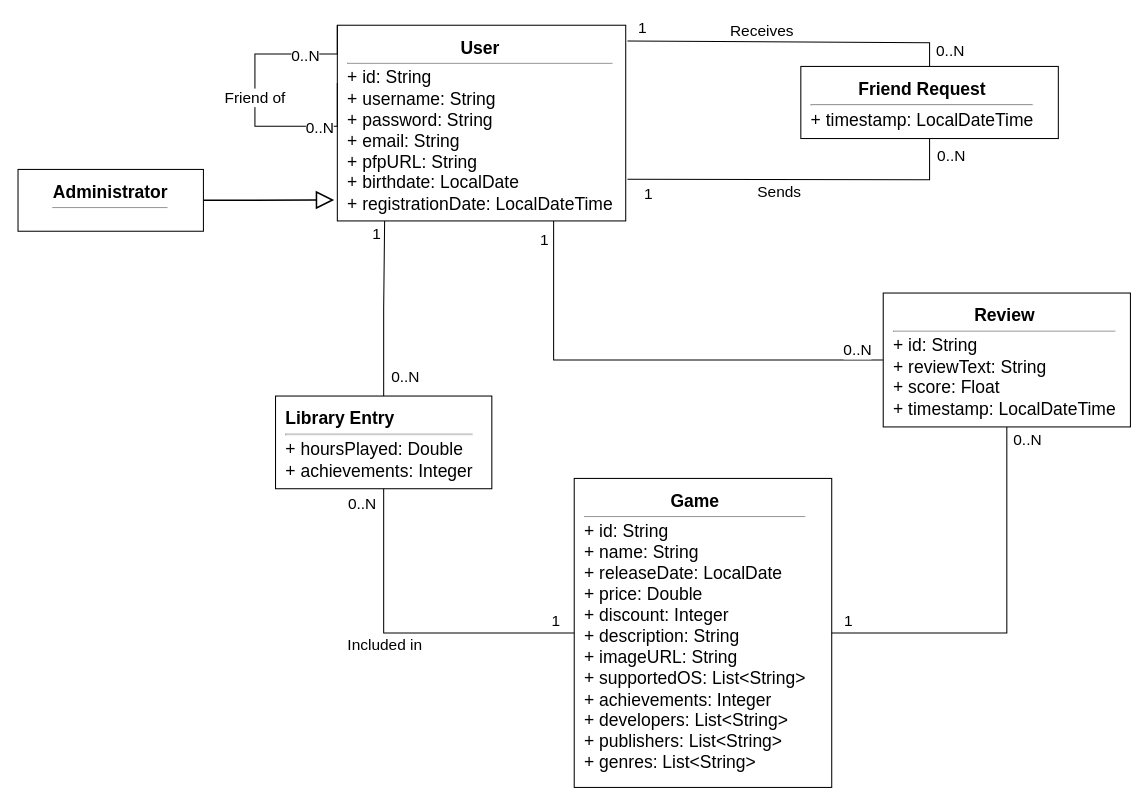
Above: mock/uml_class_diagram.drawio in SebastianoPala/PlayerHive (draw.io), before the change. Source tidied: cells renumbered, new cells numbered last; positions are measured from the earlier drawing's top-left corner, leaving out a move shared by most shapes. Both pictures are drawn from the tidied source at 103%, with x=0, y=0 at pixel (18, 25).
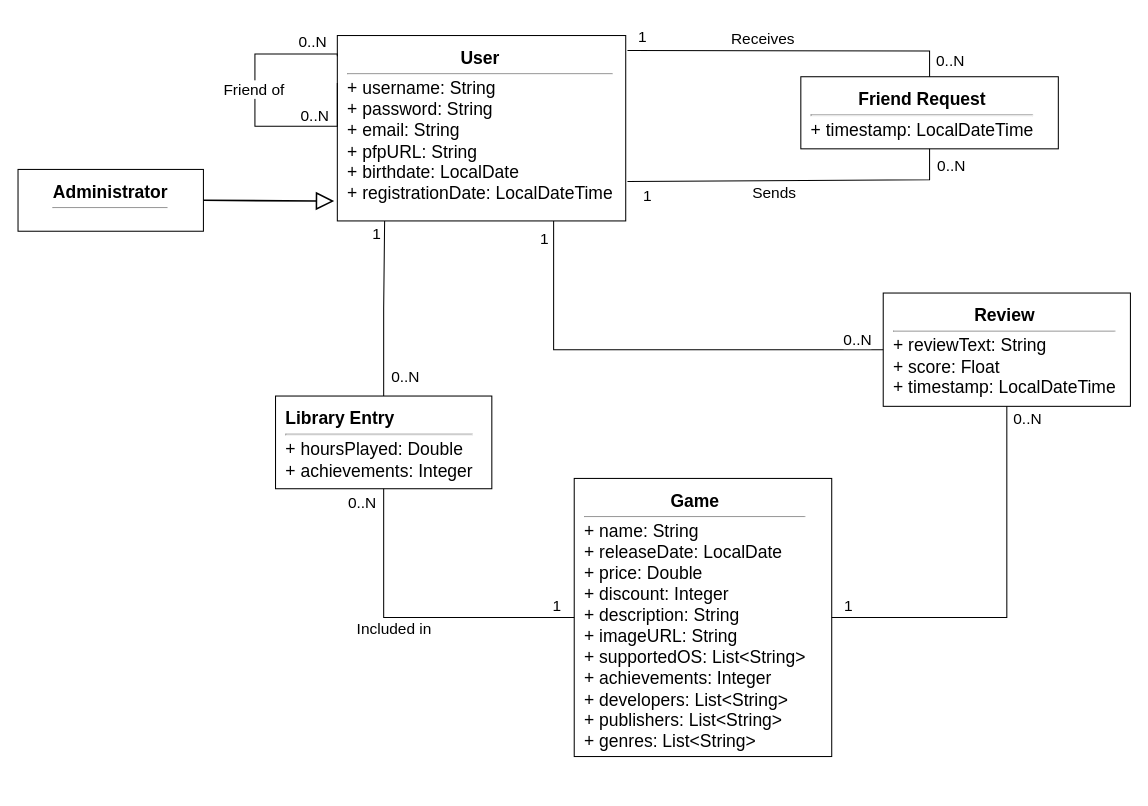
The same diagram, later.

What changed in the source:
```diff
@@
-    <mxCell id="5" value="&lt;p style=&quot;margin:0;text-align:center;&quot;&gt;&lt;b&gt;&lt;font style=&quot;font-size: 17px;&quot;&gt;User&lt;/font&gt;&lt;/b&gt;&lt;/p&gt;&lt;hr size=&quot;1&quot; style=&quot;margin:4px 0;&quot;&gt;&lt;p style=&quot;margin:0;&quot;&gt;&lt;font style=&quot;font-size: 17px;&quot;&gt;+ id: String&lt;/font&gt;&lt;/p&gt;&lt;p style=&quot;margin:0;&quot;&gt;&lt;font style=&quot;font-size: 17px;&quot;&gt;+ username: String&lt;/font&gt;&lt;/p&gt;&lt;p style=&quot;margin:0;&quot;&gt;&lt;font style=&quot;font-size: 17px;&quot;&gt;+ password: String&lt;/font&gt;&lt;/p&gt;&lt;p style=&quot;margin:0;&quot;&gt;&lt;font style=&quot;font-size: 17px;&quot;&gt;+ email: String&lt;/font&gt;&lt;/p&gt;&lt;p style=&quot;margin:0;&quot;&gt;&lt;font style=&quot;font-size: 17px;&quot;&gt;+ pfpURL: String&lt;/font&gt;&lt;/p&gt;&lt;p style=&quot;margin:0;&quot;&gt;&lt;font style=&quot;font-size: 17px;&quot;&gt;+ birthdate: LocalDate&lt;/font&gt;&lt;/p&gt;&lt;p style=&quot;margin:0;&quot;&gt;&lt;font style=&quot;font-size: 17px;&quot;&gt;+ registrationDate: LocalDateTime&lt;/font&gt;&lt;/p&gt;" style="rounded=0;whiteSpace=wrap;html=1;fillColor=none;strokeColor=#000000;align=left;verticalAlign=top;spacingLeft=8;spacingRight=8;spacingTop=6;spacingBottom=6;fontSize=12;fontFamily=Helvetica;" parent="1" vertex="1">
-      <mxGeometry x="310" width="280" height="190" as="geometry" />
+    <mxCell id="5" value="&lt;p style=&quot;margin:0;text-align:center;&quot;&gt;&lt;b&gt;&lt;font style=&quot;font-size: 17px;&quot;&gt;User&lt;/font&gt;&lt;/b&gt;&lt;/p&gt;&lt;hr size=&quot;1&quot; style=&quot;margin:4px 0;&quot;&gt;&lt;p style=&quot;margin:0;&quot;&gt;&lt;span style=&quot;font-size: 17px; background-color: transparent; color: light-dark(rgb(0, 0, 0), rgb(255, 255, 255));&quot;&gt;+ username: String&lt;/span&gt;&lt;/p&gt;&lt;p style=&quot;margin:0;&quot;&gt;&lt;font style=&quot;font-size: 17px;&quot;&gt;+ password: String&lt;/font&gt;&lt;/p&gt;&lt;p style=&quot;margin:0;&quot;&gt;&lt;font style=&quot;font-size: 17px;&quot;&gt;+ email: String&lt;/font&gt;&lt;/p&gt;&lt;p style=&quot;margin:0;&quot;&gt;&lt;font style=&quot;font-size: 17px;&quot;&gt;+ pfpURL: String&lt;/font&gt;&lt;/p&gt;&lt;p style=&quot;margin:0;&quot;&gt;&lt;font style=&quot;font-size: 17px;&quot;&gt;+ birthdate: LocalDate&lt;/font&gt;&lt;/p&gt;&lt;p style=&quot;margin:0;&quot;&gt;&lt;font style=&quot;font-size: 17px;&quot;&gt;+ registrationDate: LocalDateTime&lt;/font&gt;&lt;/p&gt;" style="rounded=0;whiteSpace=wrap;html=1;fillColor=none;strokeColor=#000000;align=left;verticalAlign=top;spacingLeft=8;spacingRight=8;spacingTop=6;spacingBottom=6;fontSize=12;fontFamily=Helvetica;" parent="1" vertex="1">
+      <mxGeometry x="310" y="10" width="280" height="180" as="geometry" />
     </mxCell>
@@
-    <mxCell id="7" value="&lt;p style=&quot;margin:0;text-align:center;&quot;&gt;&lt;b&gt;&lt;font style=&quot;font-size: 17px;&quot;&gt;Game&lt;/font&gt;&lt;/b&gt;&lt;/p&gt;&lt;hr size=&quot;1&quot; style=&quot;margin:4px 0;&quot;&gt;&lt;p style=&quot;margin:0;&quot;&gt;&lt;font style=&quot;font-size: 17px;&quot;&gt;+ id: String&lt;/font&gt;&lt;/p&gt;&lt;p style=&quot;margin:0;&quot;&gt;&lt;font style=&quot;&quot;&gt;&lt;span style=&quot;font-size: 17px;&quot;&gt;+ name: String&lt;/span&gt;&lt;/font&gt;&lt;/p&gt;&lt;p style=&quot;margin:0;&quot;&gt;&lt;font style=&quot;font-size: 17px;&quot;&gt;+ releaseDate: LocalDate&lt;/font&gt;&lt;/p&gt;&lt;p style=&quot;margin:0;&quot;&gt;&lt;font style=&quot;font-size: 17px;&quot;&gt;+ price: Double&lt;/font&gt;&lt;/p&gt;&lt;p style=&quot;margin:0;&quot;&gt;&lt;font style=&quot;font-size: 17px;&quot;&gt;+ discount: Integer&lt;/font&gt;&lt;/p&gt;&lt;p style=&quot;margin:0;&quot;&gt;&lt;font style=&quot;font-size: 17px;&quot;&gt;+ description: String&lt;/font&gt;&lt;/p&gt;&lt;p style=&quot;margin:0;&quot;&gt;&lt;font style=&quot;font-size: 17px;&quot;&gt;+ imageURL: String&lt;/font&gt;&lt;/p&gt;&lt;p style=&quot;margin:0;&quot;&gt;&lt;font style=&quot;font-size: 17px;&quot;&gt;+ supportedOS: List&amp;lt;String&amp;gt;&lt;/font&gt;&lt;/p&gt;&lt;p style=&quot;margin:0;&quot;&gt;&lt;font style=&quot;font-size: 17px;&quot;&gt;+ achievements: Integer&lt;/font&gt;&lt;/p&gt;&lt;p style=&quot;margin:0;&quot;&gt;&lt;font style=&quot;font-size: 17px;&quot;&gt;+ developers: List&amp;lt;String&amp;gt;&lt;/font&gt;&lt;/p&gt;&lt;p style=&quot;margin:0;&quot;&gt;&lt;font style=&quot;font-size: 17px;&quot;&gt;+ publishers: List&amp;lt;String&amp;gt;&lt;/font&gt;&lt;/p&gt;&lt;p style=&quot;margin:0;&quot;&gt;&lt;font style=&quot;font-size: 17px;&quot;&gt;+ genres: List&amp;lt;String&amp;gt;&lt;/font&gt;&lt;/p&gt;&lt;p style=&quot;margin:0;&quot;&gt;&lt;br&gt;&lt;/p&gt;" style="rounded=0;whiteSpace=wrap;html=1;fillColor=none;strokeColor=#000000;align=left;verticalAlign=top;spacingLeft=8;spacingRight=8;spacingTop=6;spacingBottom=6;fontSize=12;fontFamily=Helvetica;" parent="1" vertex="1">
-      <mxGeometry x="540" y="440" width="250" height="300" as="geometry" />
+    <mxCell id="7" value="&lt;p style=&quot;margin:0;text-align:center;&quot;&gt;&lt;b&gt;&lt;font style=&quot;font-size: 17px;&quot;&gt;Game&lt;/font&gt;&lt;/b&gt;&lt;/p&gt;&lt;hr size=&quot;1&quot; style=&quot;margin:4px 0;&quot;&gt;&lt;p style=&quot;margin:0;&quot;&gt;&lt;span style=&quot;font-size: 17px; background-color: transparent; color: light-dark(rgb(0, 0, 0), rgb(255, 255, 255));&quot;&gt;+ name: String&lt;/span&gt;&lt;/p&gt;&lt;p style=&quot;margin:0;&quot;&gt;&lt;font style=&quot;font-size: 17px;&quot;&gt;+ releaseDate: LocalDate&lt;/font&gt;&lt;/p&gt;&lt;p style=&quot;margin:0;&quot;&gt;&lt;font style=&quot;font-size: 17px;&quot;&gt;+ price: Double&lt;/font&gt;&lt;/p&gt;&lt;p style=&quot;margin:0;&quot;&gt;&lt;font style=&quot;font-size: 17px;&quot;&gt;+ discount: Integer&lt;/font&gt;&lt;/p&gt;&lt;p style=&quot;margin:0;&quot;&gt;&lt;font style=&quot;font-size: 17px;&quot;&gt;+ description: String&lt;/font&gt;&lt;/p&gt;&lt;p style=&quot;margin:0;&quot;&gt;&lt;font style=&quot;font-size: 17px;&quot;&gt;+ imageURL: String&lt;/font&gt;&lt;/p&gt;&lt;p style=&quot;margin:0;&quot;&gt;&lt;font style=&quot;font-size: 17px;&quot;&gt;+ supportedOS: List&amp;lt;String&amp;gt;&lt;/font&gt;&lt;/p&gt;&lt;p style=&quot;margin:0;&quot;&gt;&lt;font style=&quot;font-size: 17px;&quot;&gt;+ achievements: Integer&lt;/font&gt;&lt;/p&gt;&lt;p style=&quot;margin:0;&quot;&gt;&lt;font style=&quot;font-size: 17px;&quot;&gt;+ developers: List&amp;lt;String&amp;gt;&lt;/font&gt;&lt;/p&gt;&lt;p style=&quot;margin:0;&quot;&gt;&lt;font style=&quot;font-size: 17px;&quot;&gt;+ publishers: List&amp;lt;String&amp;gt;&lt;/font&gt;&lt;/p&gt;&lt;p style=&quot;margin:0;&quot;&gt;&lt;font style=&quot;font-size: 17px;&quot;&gt;+ genres: List&amp;lt;String&amp;gt;&lt;/font&gt;&lt;/p&gt;&lt;p style=&quot;margin:0;&quot;&gt;&lt;br&gt;&lt;/p&gt;" style="rounded=0;whiteSpace=wrap;html=1;fillColor=none;strokeColor=#000000;align=left;verticalAlign=top;spacingLeft=8;spacingRight=8;spacingTop=6;spacingBottom=6;fontSize=12;fontFamily=Helvetica;" parent="1" vertex="1">
+      <mxGeometry x="540" y="440" width="250" height="270" as="geometry" />
     </mxCell>
@@
-    <mxCell id="11" value="&lt;p style=&quot;text-align: center; margin: 0px;&quot;&gt;&lt;b&gt;&lt;font style=&quot;font-size: 17px;&quot;&gt;Review&lt;/font&gt;&lt;/b&gt;&lt;/p&gt;&lt;hr size=&quot;1&quot; style=&quot;text-align: center; margin: 4px 0px;&quot;&gt;&lt;p style=&quot;margin:0;&quot;&gt;&lt;font style=&quot;font-size: 17px;&quot;&gt;+ id: String&lt;/font&gt;&lt;/p&gt;&lt;p style=&quot;margin:0;&quot;&gt;&lt;font style=&quot;font-size: 17px;&quot;&gt;+ reviewText: String&lt;/font&gt;&lt;/p&gt;&lt;p style=&quot;margin:0;&quot;&gt;&lt;font style=&quot;font-size: 17px;&quot;&gt;+ score: Float&lt;/font&gt;&lt;/p&gt;&lt;p style=&quot;margin:0;&quot;&gt;&lt;font style=&quot;font-size: 17px;&quot;&gt;+ timestamp: LocalDateTime&lt;/font&gt;&lt;/p&gt;" style="rounded=0;whiteSpace=wrap;html=1;fillColor=none;strokeColor=#000000;align=left;verticalAlign=top;spacingLeft=8;spacingRight=8;spacingTop=6;spacingBottom=6;fontSize=12;fontFamily=Helvetica;" parent="1" vertex="1">
-      <mxGeometry x="840" y="260" width="240" height="130" as="geometry" />
+    <mxCell id="11" value="&lt;p style=&quot;text-align: center; margin: 0px;&quot;&gt;&lt;b&gt;&lt;font style=&quot;font-size: 17px;&quot;&gt;Review&lt;/font&gt;&lt;/b&gt;&lt;/p&gt;&lt;hr size=&quot;1&quot; style=&quot;text-align: center; margin: 4px 0px;&quot;&gt;&lt;p style=&quot;margin:0;&quot;&gt;&lt;span style=&quot;font-size: 17px; background-color: transparent; color: light-dark(rgb(0, 0, 0), rgb(255, 255, 255));&quot;&gt;+ reviewText: String&lt;/span&gt;&lt;/p&gt;&lt;p style=&quot;margin:0;&quot;&gt;&lt;font style=&quot;font-size: 17px;&quot;&gt;+ score: Float&lt;/font&gt;&lt;/p&gt;&lt;p style=&quot;margin:0;&quot;&gt;&lt;font style=&quot;font-size: 17px;&quot;&gt;+ timestamp: LocalDateTime&lt;/font&gt;&lt;/p&gt;" style="rounded=0;whiteSpace=wrap;html=1;fillColor=none;strokeColor=#000000;align=left;verticalAlign=top;spacingLeft=8;spacingRight=8;spacingTop=6;spacingBottom=6;fontSize=12;fontFamily=Helvetica;" parent="1" vertex="1">
+      <mxGeometry x="840" y="260" width="240" height="110" as="geometry" />
     </mxCell>
@@
-    <mxCell id="13" value="&lt;font style=&quot;font-size: 15px;&quot;&gt;Friend of&lt;/font&gt;" style="endArrow=none;startArrow=none;html=1;strokeColor=#000000;edgeStyle=orthogonalEdgeStyle;rounded=0;curved=0;exitX=0;exitY=0.40;exitDx=0;exitDy=0;entryX=0;entryY=0.60;entryDx=0;entryDy=0;" parent="1" edge="1">
+    <mxCell id="13" style="endArrow=none;startArrow=none;html=1;strokeColor=#000000;edgeStyle=orthogonalEdgeStyle;rounded=0;curved=0;entryX=0;entryY=0.60;entryDx=0;entryDy=0;" parent="1" edge="1">
       <mxGeometry relative="1" as="geometry">
-        <mxPoint x="310" as="sourcePoint" />
+        <mxPoint x="310" y="30" as="sourcePoint" />
         <mxPoint x="310" y="56" as="targetPoint" />
         <Array as="points">
           <mxPoint x="230" y="28" />
           <mxPoint x="230" y="98" />
         </Array>
       </mxGeometry>
     </mxCell>
     <mxCell id="14" value="&lt;font style=&quot;font-size: 15px;&quot;&gt;0..N&lt;/font&gt;" style="edgeLabel;html=1;align=center;verticalAlign=middle;fontSize=11;fontFamily=Helvetica;" parent="13" vertex="1">
-      <mxGeometry x="-0.6" relative="1" as="geometry" />
+      <mxGeometry x="-0.6" relative="1" as="geometry">
+        <mxPoint x="28" y="-13" as="offset" />
+      </mxGeometry>
     </mxCell>
     <mxCell id="15" value="&lt;font style=&quot;font-size: 15px;&quot;&gt;0..N&lt;/font&gt;" style="edgeLabel;html=1;align=center;verticalAlign=middle;fontSize=11;fontFamily=Helvetica;" parent="13" vertex="1">
-      <mxGeometry x="0.6" relative="1" as="geometry" />
+      <mxGeometry x="0.6" relative="1" as="geometry">
+        <mxPoint x="-10" y="-12" as="offset" />
+      </mxGeometry>
     </mxCell>
+    <mxCell id="33" value="&lt;span style=&quot;font-size: 15px;&quot;&gt;Friend of&lt;/span&gt;" style="edgeLabel;html=1;align=center;verticalAlign=middle;fontSize=12;" parent="13" vertex="1">
+      <mxGeometry x="-0.15" y="3" relative="1" as="geometry">
+        <mxPoint x="-5" y="-1" as="offset" />
+      </mxGeometry>
+    </mxCell>
     <mxCell id="16" value="&lt;p style=&quot;margin:0;text-align:center;&quot;&gt;&lt;b&gt;&lt;font&gt;Friend Request&lt;/font&gt;&lt;/b&gt;&lt;/p&gt;&lt;hr style=&quot;margin:4px 0;&quot;&gt;&lt;p style=&quot;margin:0;&quot;&gt;&lt;span style=&quot;background-color: transparent; color: light-dark(rgb(0, 0, 0), rgb(255, 255, 255));&quot;&gt;+ timestamp: LocalDateTime&lt;/span&gt;&lt;/p&gt;" style="rounded=0;whiteSpace=wrap;html=1;fillColor=none;strokeColor=#000000;align=left;verticalAlign=top;spacingLeft=8;spacingRight=8;spacingTop=6;spacingBottom=6;fontSize=17;fontFamily=Helvetica;" parent="1" vertex="1">
-      <mxGeometry x="760" y="40" width="250" height="70" as="geometry" />
+      <mxGeometry x="760" y="50" width="250" height="70" as="geometry" />
     </mxCell>
@@
     <mxCell id="21" style="endArrow=none;html=1;rounded=0;exitX=1.006;exitY=0.081;exitDx=0;exitDy=0;exitPerimeter=0;entryX=0.5;entryY=0;entryDx=0;entryDy=0;fontSize=15;" parent="1" edge="1" source="5" target="16">
       <mxGeometry relative="1" as="geometry">
         <Array as="points">
-          <mxPoint x="885" y="17" />
+          <mxPoint x="885" y="25" />
         </Array>
       </mxGeometry>
     </mxCell>
```
